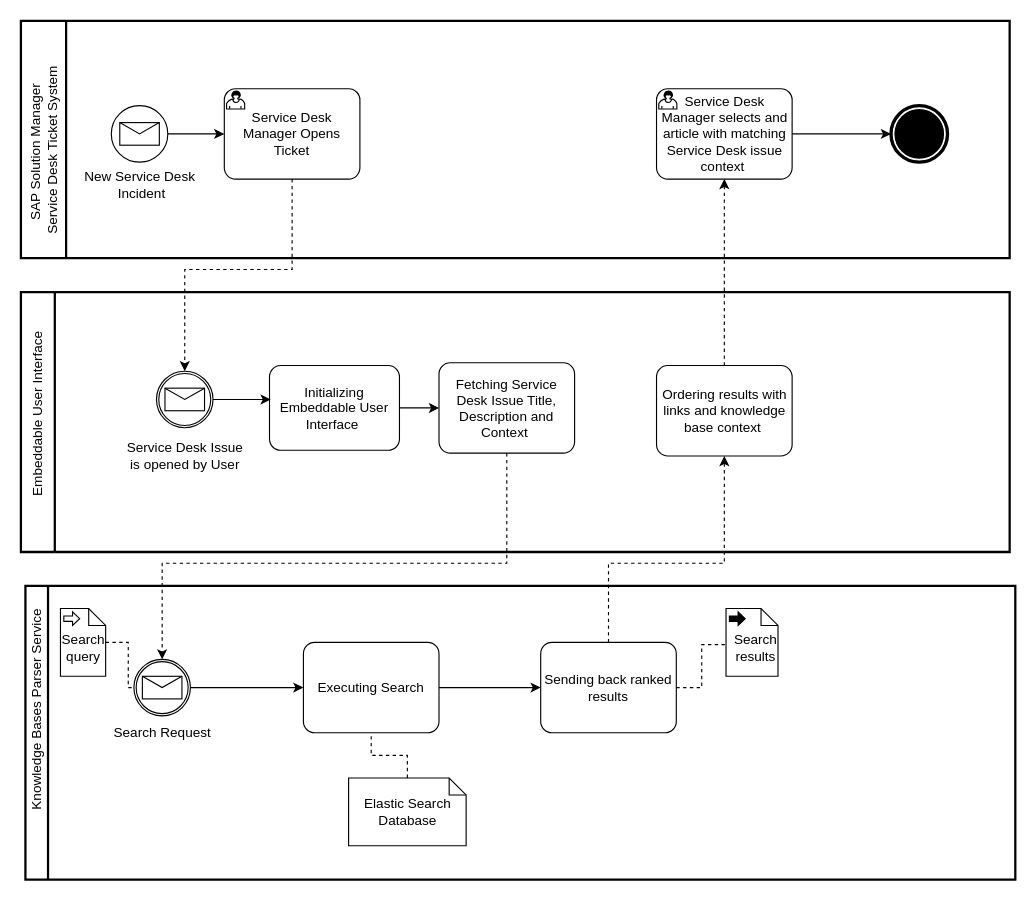
This is documentation/diagrams/bpmn_service_desk_ticket_search.drawio from latyaodessa/knowladge-base, a draw.io file, before an edit. Source tidied: cells renumbered, new cells numbered last; positions are measured from the earlier drawing's top-left corner, leaving out a move shared by most shapes. Both pictures are drawn from the tidied source at 113%, with x=0, y=0 at pixel (-71, 20).
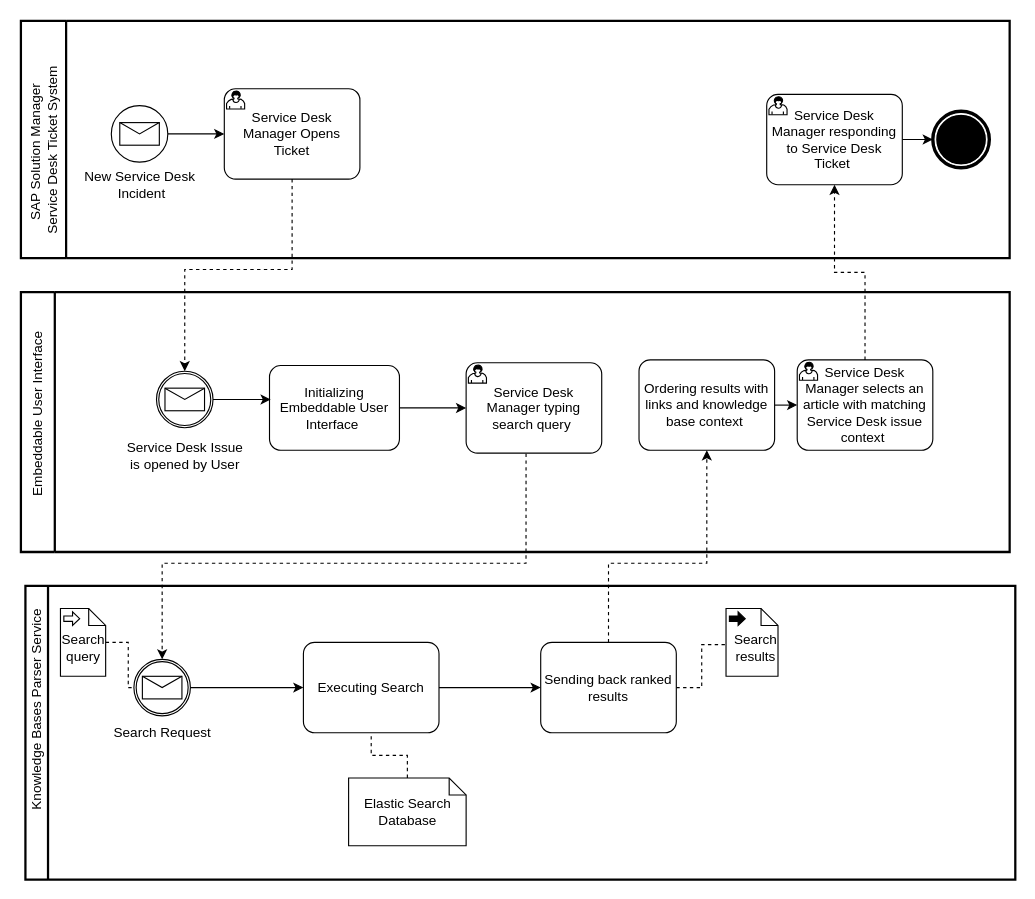
The same diagram, later.

Unchanged cells that the change refers to:
```xml
<mxCell id="7" value="Sending back ranked results" style="points=[[0.25,0,0],[0.5,0,0],[0.75,0,0],[1,0.25,0],[1,0.5,0],[1,0.75,0],[0.75,1,0],[0.5,1,0],[0.25,1,0],[0,0.75,0],[0,0.5,0],[0,0.25,0]];shape=mxgraph.bpmn.task;whiteSpace=wrap;rectStyle=rounded;size=10;taskMarker=abstract;" parent="2" vertex="1">
  <mxGeometry x="456" y="50" width="120" height="80" as="geometry" />
</mxCell>
<mxCell id="9" style="points=[[0.145,0.145,0],[0.5,0,0],[0.855,0.145,0],[1,0.5,0],[0.855,0.855,0],[0.5,1,0],[0.145,0.855,0],[0,0.5,0]];shape=mxgraph.bpmn.event;html=1;verticalLabelPosition=bottom;labelBackgroundColor=#ffffff;verticalAlign=top;align=center;perimeter=ellipsePerimeter;outlineConnect=0;outline=catching;symbol=message;" parent="2" vertex="1">
  <mxGeometry x="96" y="65" width="50" height="50" as="geometry" />
</mxCell>
<mxCell id="19" style="swimlane;html=1;startSize=40;fontStyle=0;horizontal=0;swimlaneLine=1;swimlaneFillColor=#ffffff;strokeWidth=2;" parent="1" vertex="1">
  <mxGeometry x="81" width="875" height="210" as="geometry" />
</mxCell>
<mxCell id="28" style="swimlane;html=1;startSize=30;fontStyle=0;horizontal=0;swimlaneLine=1;swimlaneFillColor=#ffffff;strokeWidth=2;" parent="1" vertex="1">
  <mxGeometry x="81" y="240" width="875" height="230" as="geometry" />
</mxCell>
<mxCell id="31" value="Initializing Embeddable User Interface " style="points=[[0.25,0,0],[0.5,0,0],[0.75,0,0],[1,0.25,0],[1,0.5,0],[1,0.75,0],[0.75,1,0],[0.5,1,0],[0.25,1,0],[0,0.75,0],[0,0.5,0],[0,0.25,0]];shape=mxgraph.bpmn.task;whiteSpace=wrap;rectStyle=rounded;size=10;taskMarker=abstract;" parent="28" vertex="1">
  <mxGeometry x="220" y="65" width="115" height="75" as="geometry" />
</mxCell>
```

Change to the diagram source:
```diff
@@
-    <mxCell id="25" value="Service Desk Manager selects and article with matching Service Desk issue context " style="points=[[0.25,0,0],[0.5,0,0],[0.75,0,0],[1,0.25,0],[1,0.5,0],[1,0.75,0],[0.75,1,0],[0.5,1,0],[0.25,1,0],[0,0.75,0],[0,0.5,0],[0,0.25,0]];shape=mxgraph.bpmn.task;whiteSpace=wrap;rectStyle=rounded;size=10;taskMarker=user;" parent="19" vertex="1">
-      <mxGeometry x="562.5" y="60" width="120" height="80" as="geometry" />
-    </mxCell>
     <mxCell id="26" style="points=[[0.145,0.145,0],[0.5,0,0],[0.855,0.145,0],[1,0.5,0],[0.855,0.855,0],[0.5,1,0],[0.145,0.855,0],[0,0.5,0]];shape=mxgraph.bpmn.event;html=1;verticalLabelPosition=bottom;labelBackgroundColor=#ffffff;verticalAlign=top;align=center;perimeter=ellipsePerimeter;outlineConnect=0;outline=end;symbol=terminate;" parent="19" vertex="1">
-      <mxGeometry x="770" y="75" width="50" height="50" as="geometry" />
+      <mxGeometry x="807" y="80" width="50" height="50" as="geometry" />
     </mxCell>
-    <mxCell id="27" style="edgeStyle=orthogonalEdgeStyle;rounded=0;jettySize=auto;html=1;entryX=0;entryY=0.5;entryDx=0;entryDy=0;entryPerimeter=0;exitX=1;exitY=0.5;exitDx=0;exitDy=0;exitPerimeter=0;" parent="19" edge="1" source="25" target="26">
-      <mxGeometry relative="1" as="geometry" />
-    </mxCell>
+    <mxCell id="41" style="edgeStyle=orthogonalEdgeStyle;rounded=0;jettySize=auto;html=1;entryX=0;entryY=0.5;entryDx=0;entryDy=0;entryPerimeter=0;" parent="19" edge="1" source="42" target="26">
+      <mxGeometry relative="1" as="geometry" />
+    </mxCell>
+    <mxCell id="42" value="Service Desk Manager responding to Service Desk Ticket " style="points=[[0.25,0,0],[0.5,0,0],[0.75,0,0],[1,0.25,0],[1,0.5,0],[1,0.75,0],[0.75,1,0],[0.5,1,0],[0.25,1,0],[0,0.75,0],[0,0.5,0],[0,0.25,0]];shape=mxgraph.bpmn.task;whiteSpace=wrap;rectStyle=rounded;size=10;taskMarker=user;" parent="19" vertex="1">
+      <mxGeometry x="660" y="65" width="120" height="80" as="geometry" />
+    </mxCell>
@@
-    <mxCell id="30" style="edgeStyle=orthogonalEdgeStyle;rounded=0;jettySize=auto;html=1;entryX=0;entryY=0.5;entryDx=0;entryDy=0;entryPerimeter=0;" parent="28" edge="1" source="31" target="32">
+    <mxCell id="30" style="edgeStyle=orthogonalEdgeStyle;rounded=0;jettySize=auto;html=1;entryX=0;entryY=0.5;entryDx=0;entryDy=0;entryPerimeter=0;" parent="28" edge="1" source="31" target="25">
       <mxGeometry relative="1" as="geometry" />
     </mxCell>
@@
-    <mxCell id="32" value="Fetching Service Desk Issue Title, Description and Context " style="points=[[0.25,0,0],[0.5,0,0],[0.75,0,0],[1,0.25,0],[1,0.5,0],[1,0.75,0],[0.75,1,0],[0.5,1,0],[0.25,1,0],[0,0.75,0],[0,0.5,0],[0,0.25,0]];shape=mxgraph.bpmn.task;whiteSpace=wrap;rectStyle=rounded;size=10;taskMarker=abstract;" parent="28" vertex="1">
-      <mxGeometry x="370" y="62.5" width="120" height="80" as="geometry" />
-    </mxCell>
-    <mxCell id="33" value="Ordering results with links and knowledge base context " style="points=[[0.25,0,0],[0.5,0,0],[0.75,0,0],[1,0.25,0],[1,0.5,0],[1,0.75,0],[0.75,1,0],[0.5,1,0],[0.25,1,0],[0,0.75,0],[0,0.5,0],[0,0.25,0]];shape=mxgraph.bpmn.task;whiteSpace=wrap;rectStyle=rounded;size=10;taskMarker=abstract;" parent="28" vertex="1">
-      <mxGeometry x="562.5" y="65" width="120" height="80" as="geometry" />
-    </mxCell>
@@
+    <mxCell id="25" value="Service Desk Manager typing search query " style="points=[[0.25,0,0],[0.5,0,0],[0.75,0,0],[1,0.25,0],[1,0.5,0],[1,0.75,0],[0.75,1,0],[0.5,1,0],[0.25,1,0],[0,0.75,0],[0,0.5,0],[0,0.25,0]];shape=mxgraph.bpmn.task;whiteSpace=wrap;rectStyle=rounded;size=10;taskMarker=user;" parent="28" vertex="1">
+      <mxGeometry x="394" y="62.5" width="120" height="80" as="geometry" />
+    </mxCell>
+    <mxCell id="43" style="edgeStyle=orthogonalEdgeStyle;rounded=0;jettySize=auto;html=1;exitX=1;exitY=0.5;exitDx=0;exitDy=0;exitPerimeter=0;entryX=0;entryY=0.5;entryDx=0;entryDy=0;entryPerimeter=0;" parent="28" edge="1" source="33" target="44">
+      <mxGeometry relative="1" as="geometry" />
+    </mxCell>
+    <mxCell id="33" value="Ordering results with links and knowledge base context " style="points=[[0.25,0,0],[0.5,0,0],[0.75,0,0],[1,0.25,0],[1,0.5,0],[1,0.75,0],[0.75,1,0],[0.5,1,0],[0.25,1,0],[0,0.75,0],[0,0.5,0],[0,0.25,0]];shape=mxgraph.bpmn.task;whiteSpace=wrap;rectStyle=rounded;size=10;taskMarker=abstract;" parent="28" vertex="1">
+      <mxGeometry x="547" y="60" width="120" height="80" as="geometry" />
+    </mxCell>
+    <mxCell id="44" value="Service Desk Manager selects an article with matching Service Desk issue context " style="points=[[0.25,0,0],[0.5,0,0],[0.75,0,0],[1,0.25,0],[1,0.5,0],[1,0.75,0],[0.75,1,0],[0.5,1,0],[0.25,1,0],[0,0.75,0],[0,0.5,0],[0,0.25,0]];shape=mxgraph.bpmn.task;whiteSpace=wrap;rectStyle=rounded;size=10;taskMarker=user;" parent="28" vertex="1">
+      <mxGeometry x="687" y="60" width="120" height="80" as="geometry" />
+    </mxCell>
@@
-    <mxCell id="38" style="edgeStyle=orthogonalEdgeStyle;rounded=0;jettySize=auto;html=1;dashed=1;" parent="1" edge="1" source="32" target="9">
+    <mxCell id="38" style="edgeStyle=orthogonalEdgeStyle;rounded=0;jettySize=auto;html=1;dashed=1;exitX=0.442;exitY=1.006;exitDx=0;exitDy=0;exitPerimeter=0;" parent="1" edge="1" source="25" target="9">
       <mxGeometry relative="1" as="geometry">
         <Array as="points">
-          <mxPoint x="511" y="480" />
+          <mxPoint x="528" y="480" />
           <mxPoint x="206" y="480" />
         </Array>
       </mxGeometry>
     </mxCell>
-    <mxCell id="39" style="edgeStyle=orthogonalEdgeStyle;rounded=0;jettySize=auto;html=1;entryX=0.5;entryY=1;entryDx=0;entryDy=0;entryPerimeter=0;dashed=1;" parent="1" edge="1" source="7" target="33">
+    <mxCell id="39" style="edgeStyle=orthogonalEdgeStyle;rounded=0;jettySize=auto;html=1;exitX=0.5;exitY=0;exitDx=0;exitDy=0;exitPerimeter=0;entryX=0.5;entryY=1;entryDx=0;entryDy=0;entryPerimeter=0;dashed=1;" parent="1" edge="1" source="7" target="33">
       <mxGeometry relative="1" as="geometry">
         <Array as="points">
           <mxPoint x="601" y="480" />
-          <mxPoint x="704" y="480" />
+          <mxPoint x="688" y="480" />
         </Array>
       </mxGeometry>
     </mxCell>
-    <mxCell id="40" style="edgeStyle=orthogonalEdgeStyle;rounded=0;jettySize=auto;html=1;entryX=0.5;entryY=1;entryDx=0;entryDy=0;entryPerimeter=0;dashed=1;" parent="1" edge="1" source="33" target="25">
-      <mxGeometry relative="1" as="geometry">
-        <Array as="points">
-          <mxPoint x="704" y="190" />
-          <mxPoint x="704" y="190" />
-        </Array>
-      </mxGeometry>
-    </mxCell>
+    <mxCell id="45" style="edgeStyle=orthogonalEdgeStyle;rounded=0;jettySize=auto;html=1;entryX=0.5;entryY=1;entryDx=0;entryDy=0;entryPerimeter=0;dashed=1;" parent="1" edge="1" source="44" target="42">
+      <mxGeometry relative="1" as="geometry" />
+    </mxCell>
```
